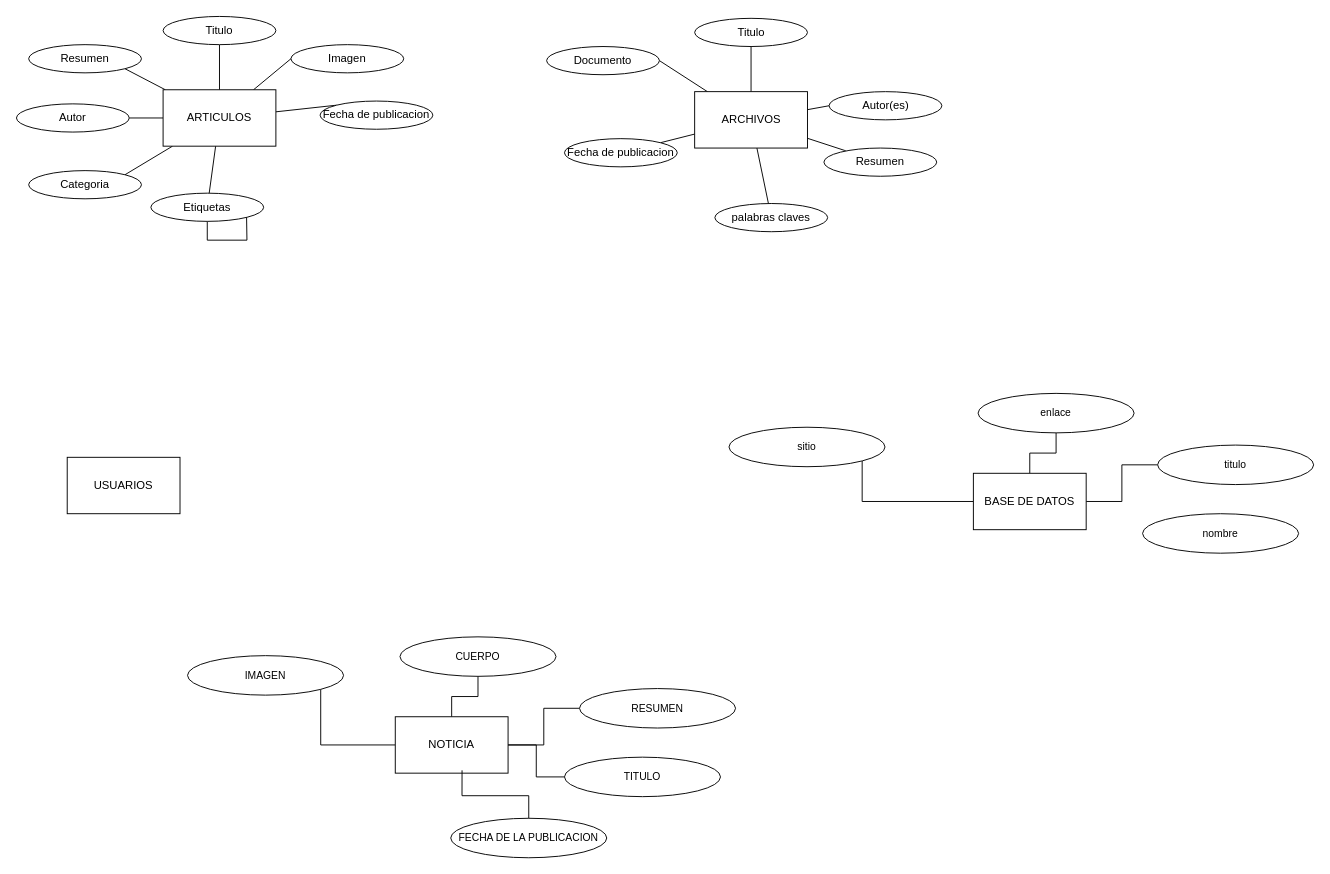
The draw.io diagram sis base de datos.drawio in wild-wild/ModeloER-BD, before the edit. Source tidied: cells renumbered, new cells numbered last; positions are measured from the earlier drawing's top-left corner, leaving out a move shared by most shapes. Both pictures are drawn from the tidied source at 94%, with x=0, y=0 at pixel (16, 16).
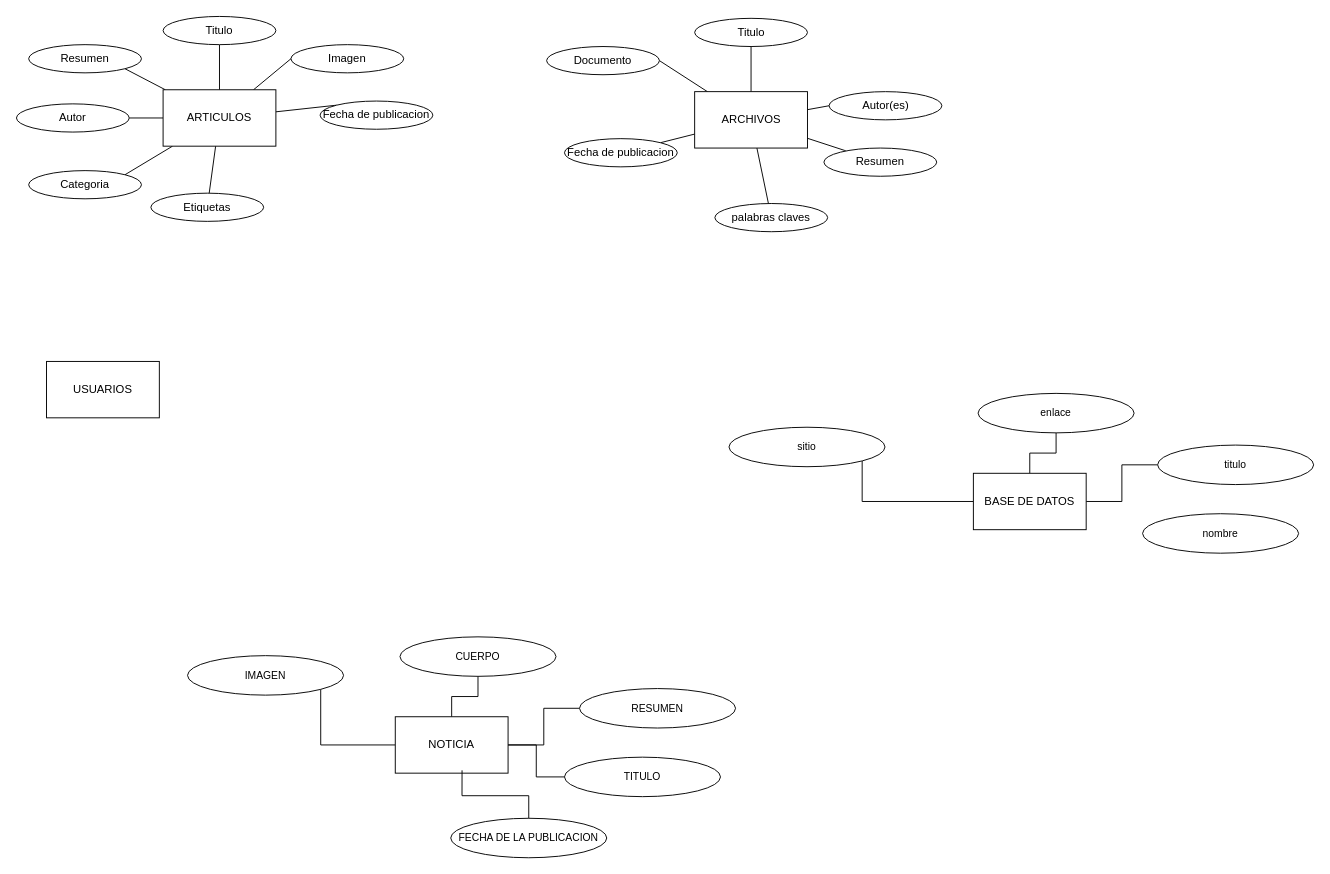
Above is the later version.

Unchanged cells that the change refers to:
```xml
<mxCell id="15" value="Etiquetas" style="ellipse;whiteSpace=wrap;html=1;rounded=0;labelBackgroundColor=none;" parent="1" vertex="1">
  <mxGeometry x="143" y="188" width="120" height="30" as="geometry" />
</mxCell>
```

What changed in the source:
```diff
@@
-    <mxCell id="14" style="edgeStyle=orthogonalEdgeStyle;shape=connector;rounded=0;jettySize=auto;html=1;exitX=0.5;exitY=1;exitDx=0;exitDy=0;strokeColor=default;align=center;verticalAlign=middle;fontFamily=Helvetica;fontSize=11;fontColor=default;labelBackgroundColor=default;endArrow=none;endFill=0;" parent="1" edge="1" source="15">
-      <mxGeometry relative="1" as="geometry">
-        <mxPoint x="244.7" y="205.6" as="targetPoint" />
-      </mxGeometry>
-    </mxCell>
@@
     <mxCell id="28" value="USUARIOS" style="rounded=0;whiteSpace=wrap;html=1;labelBackgroundColor=none;" parent="1" vertex="1">
-      <mxGeometry x="54" y="469" width="120" height="60" as="geometry" />
+      <mxGeometry x="32" y="367" width="120" height="60" as="geometry" />
     </mxCell>
```
